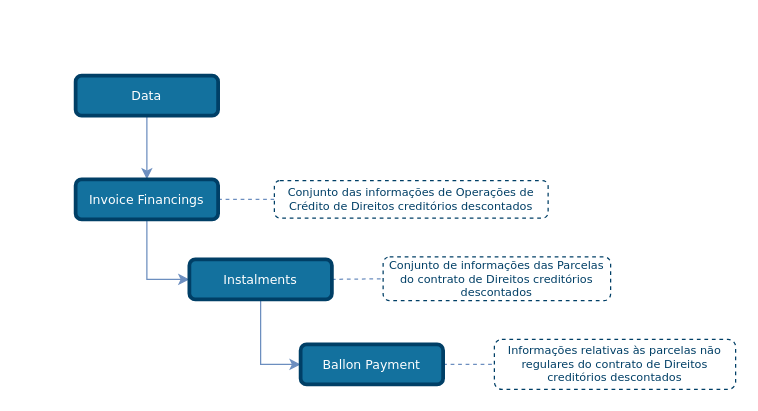
Before: draw_io_diagrams/invoice_financings/TLD_InvoiceFinancings_Instalments.drawio in OpenBanking-Brasil/areadesenvolvedor, a draw.io diagram. Source tidied: cells renumbered, new cells numbered last; positions are measured from the earlier drawing's top-left corner, leaving out a move shared by most shapes. Both pictures are drawn from the tidied source at 125%, with x=0, y=0 at pixel (75, 75).
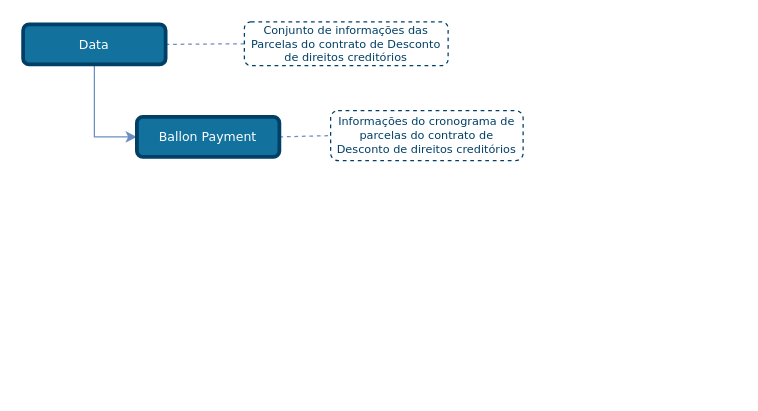
Above is the later version.

Diff of the diagram source:
```diff
@@
 <mxGraphModel>
   <root>
     <mxCell id="0" />
     <mxCell id="1" parent="0" />
-    <mxCell id="2" style="edgeStyle=none;rounded=1;jettySize=auto;html=1;entryX=0;entryY=0.5;entryDx=0;entryDy=0;dashed=1;endArrow=none;endFill=0;endSize=6;strokeColor=#6C8EBF;exitX=1;exitY=0.5;exitDx=0;exitDy=0;" parent="1" edge="1" source="13" target="8">
+    <mxCell id="2" style="edgeStyle=none;rounded=1;jettySize=auto;html=1;entryX=0;entryY=0.5;entryDx=0;entryDy=0;dashed=1;endArrow=none;endFill=0;endSize=6;strokeColor=#6C8EBF;exitX=1;exitY=0.5;exitDx=0;exitDy=0;" parent="1" edge="1" source="12" target="8">
       <mxGeometry relative="1" as="geometry" />
     </mxCell>
-    <mxCell id="3" style="edgeStyle=orthogonalEdgeStyle;rounded=0;jettySize=auto;html=1;entryX=0.5;entryY=0;entryDx=0;entryDy=0;endSize=6;fillColor=#dae8fc;strokeColor=#6c8ebf;comic=0;shadow=0;backgroundOutline=0;snapToPoint=0;fixDash=0;endArrow=classic;endFill=1;exitX=0.5;exitY=1;exitDx=0;exitDy=0;" parent="1" edge="1" source="12" target="6">
-      <mxGeometry relative="1" as="geometry" />
-    </mxCell>
-    <mxCell id="4" style="edgeStyle=orthogonalEdgeStyle;rounded=0;jettySize=auto;html=1;exitX=0.5;exitY=1;exitDx=0;exitDy=0;entryX=0;entryY=0.5;entryDx=0;entryDy=0;strokeColor=#6C8EBF;endArrow=classic;endFill=1;" parent="1" edge="1" source="6" target="13">
-      <mxGeometry relative="1" as="geometry" />
-    </mxCell>
-    <mxCell id="5" style="edgeStyle=none;rounded=1;jettySize=auto;html=1;exitX=1;exitY=0.5;exitDx=0;exitDy=0;entryX=0;entryY=0.5;entryDx=0;entryDy=0;dashed=1;endArrow=none;endFill=0;endSize=6;strokeColor=#6C8EBF;" parent="1" edge="1" source="6" target="7">
-      <mxGeometry relative="1" as="geometry" />
-    </mxCell>
-    <mxCell id="6" value="Invoice Financings" style="rounded=1;whiteSpace=wrap;html=1;comic=0;shadow=0;backgroundOutline=0;snapToPoint=0;fixDash=0;strokeWidth=3;fontFamily=Verdana;fontStyle=0;labelBackgroundColor=none;labelBorderColor=none;fontSize=10;fillColor=#13719E;strokeColor=#003F66;fontColor=#ffffff;" parent="1" vertex="1">
-      <mxGeometry y="83" width="114" height="32" as="geometry" />
-    </mxCell>
-    <mxCell id="7" value="&lt;font style=&quot;font-size: 9px&quot;&gt;Conjunto das informações de Operações de Crédito de Direitos creditórios descontados&lt;/font&gt;" style="rounded=1;whiteSpace=wrap;html=1;shadow=0;comic=0;strokeColor=#003F66;strokeWidth=1;fillColor=#ffffff;fontFamily=Verdana;fontSize=9;fontColor=#003F66;dashed=1;spacingLeft=5;spacing=0;spacingRight=5;spacingBottom=5;spacingTop=5;align=center;verticalAlign=middle;gradientColor=#ffffff;" parent="1" vertex="1">
-      <mxGeometry x="159" y="84" width="219" height="30" as="geometry" />
-    </mxCell>
-    <mxCell id="8" value="&lt;font style=&quot;font-size: 9px&quot;&gt;Conjunto de informações das Parcelas do contrato de Direitos creditórios descontados&lt;/font&gt;" style="rounded=1;whiteSpace=wrap;html=1;shadow=0;comic=0;strokeColor=#003F66;strokeWidth=1;fillColor=#ffffff;fontFamily=Verdana;fontSize=9;fontColor=#003F66;dashed=1;spacingLeft=5;spacing=0;spacingRight=5;spacingBottom=5;spacingTop=5;align=center;verticalAlign=middle;gradientColor=#ffffff;" parent="1" vertex="1">
-      <mxGeometry x="246" y="145" width="182" height="35" as="geometry" />
+    <mxCell id="8" value="&lt;font style=&quot;font-size: 9px&quot;&gt;Conjunto de informações das Parcelas do contrato de Desconto de direitos creditórios&lt;/font&gt;" style="rounded=1;whiteSpace=wrap;html=1;shadow=0;comic=0;strokeColor=#003F66;strokeWidth=1;fillColor=#ffffff;fontFamily=Verdana;fontSize=9;fontColor=#003F66;dashed=1;spacingLeft=5;spacing=0;spacingRight=5;spacingBottom=5;spacingTop=5;align=center;verticalAlign=middle;gradientColor=#ffffff;" parent="1" vertex="1">
+      <mxGeometry x="135" y="-43" width="163" height="35" as="geometry" />
     </mxCell>
     <mxCell id="9" style="edgeStyle=none;rounded=1;jettySize=auto;html=1;entryX=0;entryY=0.5;entryDx=0;entryDy=0;dashed=1;endArrow=none;endFill=0;endSize=6;strokeColor=#6C8EBF;exitX=1;exitY=0.5;exitDx=0;exitDy=0;" parent="1" edge="1" source="14" target="10">
       <mxGeometry relative="1" as="geometry" />
     </mxCell>
-    <mxCell id="10" value="&lt;font style=&quot;font-size: 9px&quot;&gt;Informações relativas às parcelas não regulares do contrato de Direitos creditórios descontados&lt;/font&gt;" style="rounded=1;whiteSpace=wrap;html=1;shadow=0;comic=0;strokeColor=#003F66;strokeWidth=1;fillColor=#ffffff;fontFamily=Verdana;fontSize=9;fontColor=#003F66;dashed=1;spacingLeft=5;spacing=0;spacingRight=5;spacingBottom=5;spacingTop=5;align=center;verticalAlign=middle;gradientColor=#ffffff;" parent="1" vertex="1">
-      <mxGeometry x="335" y="211" width="193" height="40" as="geometry" />
+    <mxCell id="10" value="&lt;font style=&quot;font-size: 9px&quot;&gt;Informações do cronograma de parcelas do contrato de Desconto de direitos creditórios&lt;/font&gt;" style="rounded=1;whiteSpace=wrap;html=1;shadow=0;comic=0;strokeColor=#003F66;strokeWidth=1;fillColor=#ffffff;fontFamily=Verdana;fontSize=9;fontColor=#003F66;dashed=1;spacingLeft=5;spacing=0;spacingRight=5;spacingBottom=5;spacingTop=5;align=center;verticalAlign=middle;gradientColor=#ffffff;" parent="1" vertex="1">
+      <mxGeometry x="204" y="28" width="154" height="40" as="geometry" />
     </mxCell>
-    <mxCell id="11" style="edgeStyle=orthogonalEdgeStyle;rounded=0;jettySize=auto;html=1;exitX=0.5;exitY=1;exitDx=0;exitDy=0;entryX=0;entryY=0.5;entryDx=0;entryDy=0;strokeColor=#6C8EBF;endArrow=classic;endFill=1;" parent="1" edge="1" source="13" target="14">
+    <mxCell id="11" style="edgeStyle=orthogonalEdgeStyle;rounded=0;jettySize=auto;html=1;exitX=0.5;exitY=1;exitDx=0;exitDy=0;entryX=0;entryY=0.5;entryDx=0;entryDy=0;strokeColor=#6C8EBF;endArrow=classic;endFill=1;" parent="1" edge="1" source="12" target="14">
       <mxGeometry relative="1" as="geometry" />
     </mxCell>
     <mxCell id="12" value="Data" style="rounded=1;whiteSpace=wrap;html=1;comic=0;shadow=0;backgroundOutline=0;snapToPoint=0;fixDash=0;strokeWidth=3;fontFamily=Verdana;fontStyle=0;labelBackgroundColor=none;labelBorderColor=none;fontSize=10;fillColor=#13719E;strokeColor=#003F66;fontColor=#ffffff;" parent="1" vertex="1">
-      <mxGeometry width="114" height="32" as="geometry" />
+      <mxGeometry x="-42" y="-41" width="114" height="32" as="geometry" />
     </mxCell>
-    <mxCell id="13" value="Instalments" style="rounded=1;whiteSpace=wrap;html=1;comic=0;shadow=0;backgroundOutline=0;snapToPoint=0;fixDash=0;strokeWidth=3;fontFamily=Verdana;fontStyle=0;labelBackgroundColor=none;labelBorderColor=none;fontSize=10;fillColor=#13719E;strokeColor=#003F66;fontColor=#ffffff;" parent="1" vertex="1">
-      <mxGeometry x="91" y="147" width="114" height="32" as="geometry" />
-    </mxCell>
     <mxCell id="14" value="Ballon Payment" style="rounded=1;whiteSpace=wrap;html=1;comic=0;shadow=0;backgroundOutline=0;snapToPoint=0;fixDash=0;strokeWidth=3;fontFamily=Verdana;fontStyle=0;labelBackgroundColor=none;labelBorderColor=none;fontSize=10;fillColor=#13719E;strokeColor=#003F66;fontColor=#ffffff;" parent="1" vertex="1">
-      <mxGeometry x="180" y="215" width="114" height="32" as="geometry" />
+      <mxGeometry x="49" y="33" width="114" height="32" as="geometry" />
     </mxCell>
   </root>
 </mxGraphModel>
```
